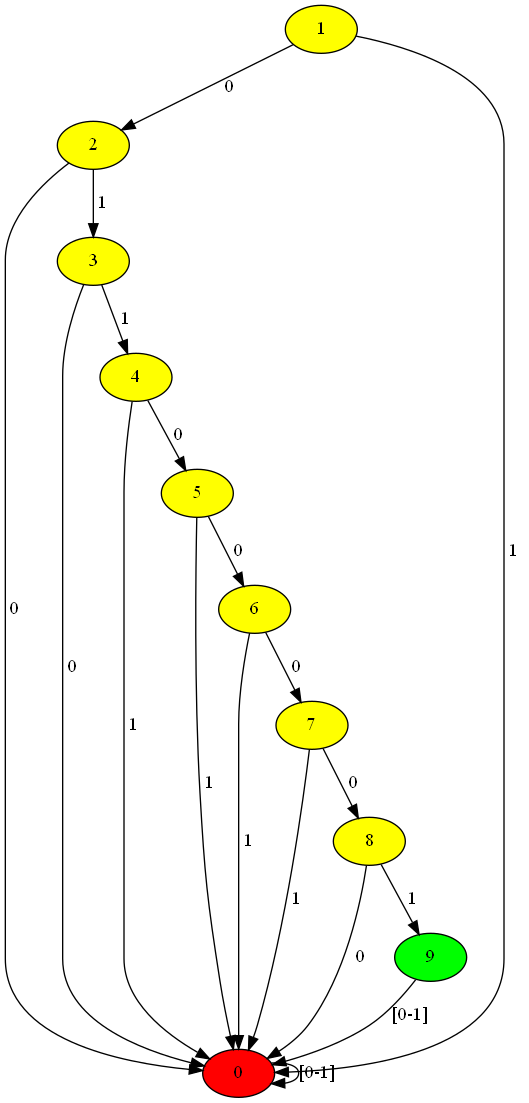
Before: dfa.png, a diagram exported from Graphviz (atkurtul/regex). Its source is kept beside it as dfa.dot.
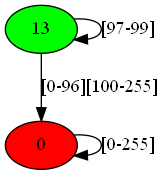
After the change.

Change to the diagram source:
```diff
@@ -1,30 +1,7 @@
 digraph {
-	1 [style=filled;fillcolor=yellow];
-	1 -> 2 [label=" 0 "];
-	1 -> 0 [label=" 1 "];
-	2 [style=filled;fillcolor=yellow];
-	2 -> 0 [label=" 0 "];
-	2 -> 3 [label=" 1 "];
+	13 [style=filled;fillcolor=green];
+	13 -> 0 [label="[0-96][100-255]"];
+	13 -> 13 [label="[97-99]"];
 	0 [style=filled;fillcolor=red];
-	0 -> 0 [label="[0-1]"];
-	3 [style=filled;fillcolor=yellow];
-	3 -> 0 [label=" 0 "];
-	3 -> 4 [label=" 1 "];
-	4 [style=filled;fillcolor=yellow];
-	4 -> 5 [label=" 0 "];
-	4 -> 0 [label=" 1 "];
-	5 [style=filled;fillcolor=yellow];
-	5 -> 6 [label=" 0 "];
-	5 -> 0 [label=" 1 "];
-	6 [style=filled;fillcolor=yellow];
-	6 -> 0 [label=" 1 "];
-	6 -> 7 [label=" 0 "];
-	7 [style=filled;fillcolor=yellow];
-	7 -> 0 [label=" 1 "];
-	7 -> 8 [label=" 0 "];
-	8 [style=filled;fillcolor=yellow];
-	8 -> 9 [label=" 1 "];
-	8 -> 0 [label=" 0 "];
-	9 [style=filled;fillcolor=green];
-	9 -> 0 [label="[0-1]"];
+	0 -> 0 [label="[0-255]"];
 }
```
